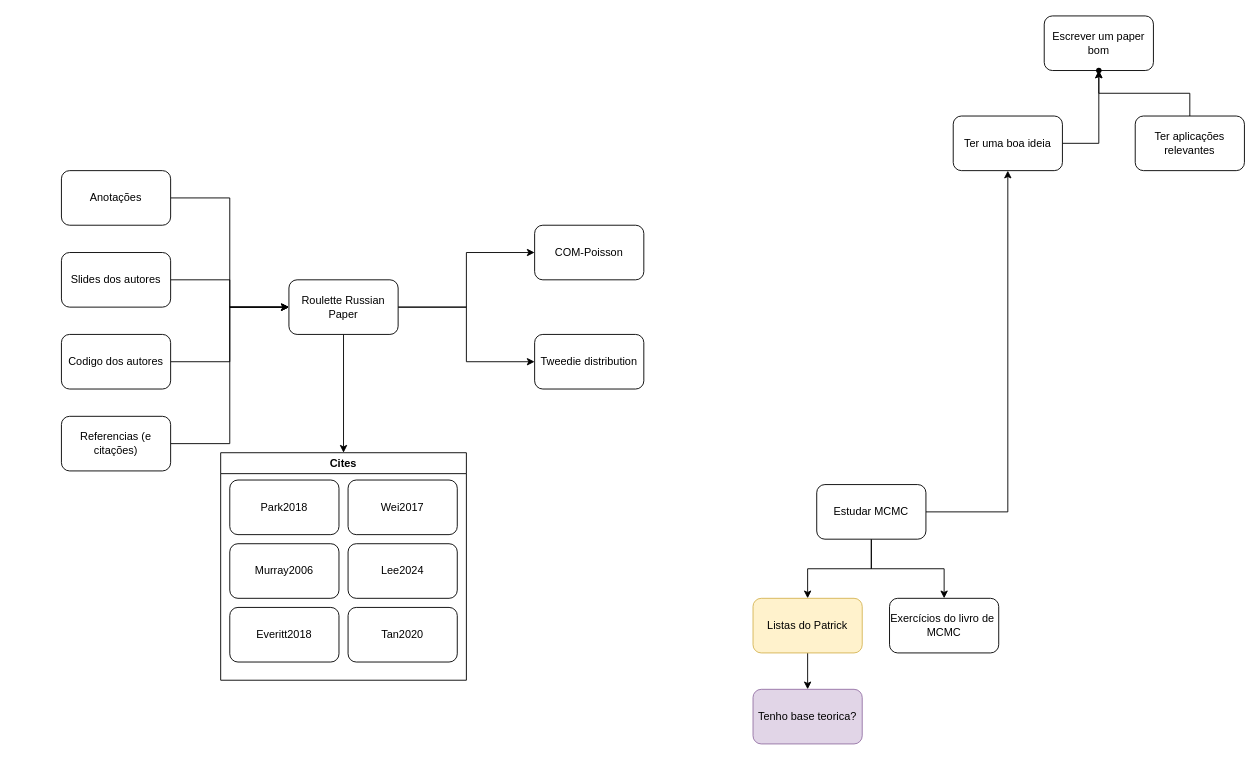
This is Untitled Diagram.drawio from wellington36/beginner, a draw.io file, before an edit. Source tidied: cells renumbered, new cells numbered last; positions are measured from the earlier drawing's top-left corner, leaving out a move shared by most shapes. Both pictures are drawn from the tidied source at 91%, with x=0, y=0 at pixel (61, 15).
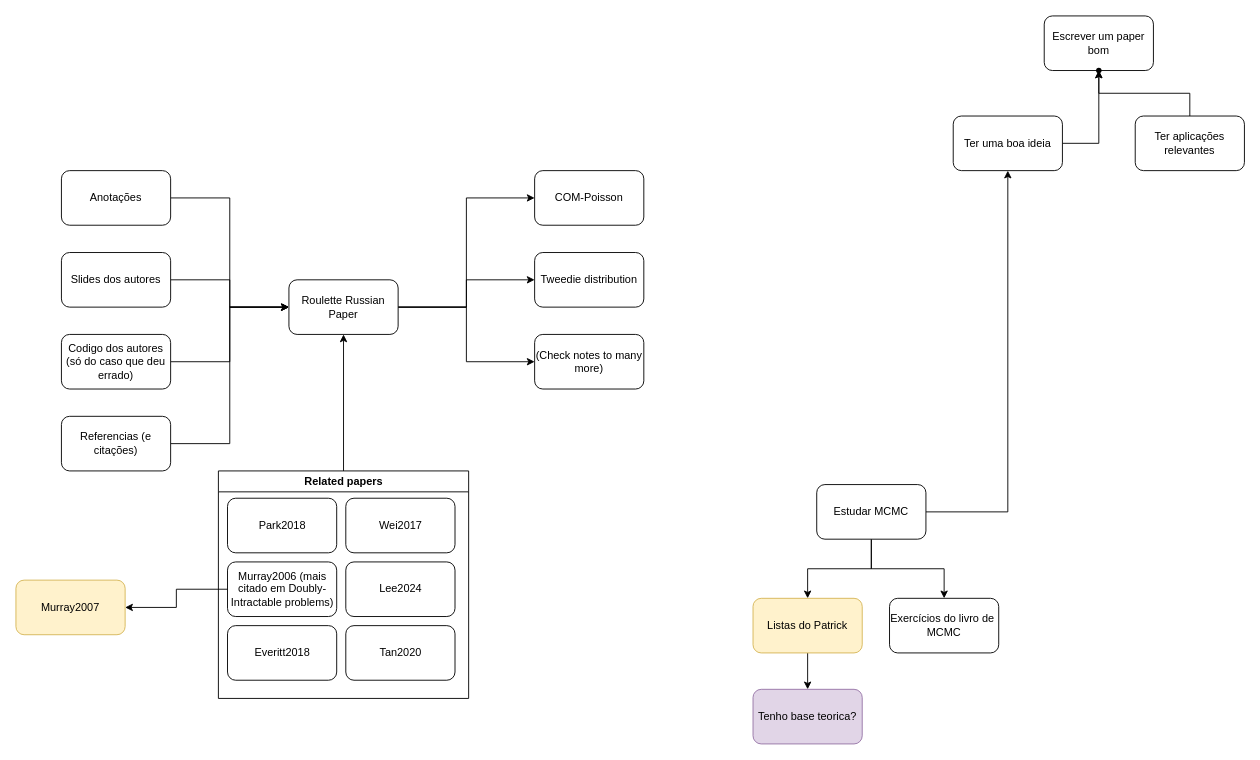
Above is the later version.

Unchanged cells that the change refers to:
```xml
<mxCell id="19" value="Roulette Russian Paper" style="rounded=1;whiteSpace=wrap;html=1;" parent="1" vertex="1">
  <mxGeometry x="250" y="290" width="120" height="60" as="geometry" />
</mxCell>
```

The edit, as a diff of the source:
```diff
@@
-    <mxCell id="18" style="edgeStyle=orthogonalEdgeStyle;rounded=0;jettySize=auto;html=1;" parent="1" edge="1" source="19" target="30">
-      <mxGeometry relative="1" as="geometry" />
-    </mxCell>
+    <mxCell id="37" style="edgeStyle=orthogonalEdgeStyle;rounded=0;jettySize=auto;html=1;entryX=0;entryY=0.5;entryDx=0;entryDy=0;" parent="1" edge="1" source="19" target="41">
+      <mxGeometry relative="1" as="geometry" />
+    </mxCell>
@@
-    <mxCell id="25" value="Codigo dos autores" style="rounded=1;whiteSpace=wrap;html=1;" parent="1" vertex="1">
+    <mxCell id="25" value="Codigo dos autores (só do caso que deu errado)" style="rounded=1;whiteSpace=wrap;html=1;" parent="1" vertex="1">
       <mxGeometry y="350" width="120" height="60" as="geometry" />
     </mxCell>
@@
     <mxCell id="28" value="COM-Poisson" style="rounded=1;whiteSpace=wrap;html=1;" parent="1" vertex="1">
-      <mxGeometry x="520" y="230" width="120" height="60" as="geometry" />
+      <mxGeometry x="520" y="170" width="120" height="60" as="geometry" />
     </mxCell>
     <mxCell id="29" value="Twee&lt;span style=&quot;background-color: transparent; color: light-dark(rgb(0, 0, 0), rgb(255, 255, 255));&quot;&gt;die distribution&lt;/span&gt;" style="rounded=1;whiteSpace=wrap;html=1;" parent="1" vertex="1">
-      <mxGeometry x="520" y="350" width="120" height="60" as="geometry" />
+      <mxGeometry x="520" y="260" width="120" height="60" as="geometry" />
     </mxCell>
+    <mxCell id="38" style="edgeStyle=orthogonalEdgeStyle;rounded=0;jettySize=auto;html=1;entryX=0.5;entryY=1;entryDx=0;entryDy=0;" parent="1" edge="1" source="30" target="19">
+      <mxGeometry relative="1" as="geometry" />
+    </mxCell>
-    <mxCell id="30" value="Cites" style="swimlane;whiteSpace=wrap;html=1;" parent="1" vertex="1">
-      <mxGeometry x="175" y="480" width="270" height="250" as="geometry" />
+    <mxCell id="30" value="Related papers" style="swimlane;whiteSpace=wrap;html=1;" parent="1" vertex="1">
+      <mxGeometry x="172.5" y="500" width="275" height="250" as="geometry" />
     </mxCell>
@@
-    <mxCell id="33" value="Murray2006" style="rounded=1;whiteSpace=wrap;html=1;" parent="30" vertex="1">
+    <mxCell id="33" value="Murray2006 (mais citado em Doubly-Intractable problems&lt;span style=&quot;background-color: transparent; color: light-dark(rgb(0, 0, 0), rgb(255, 255, 255));&quot;&gt;)&lt;/span&gt;" style="rounded=1;whiteSpace=wrap;html=1;" parent="30" vertex="1">
       <mxGeometry x="10" y="100" width="120" height="60" as="geometry" />
     </mxCell>
@@
+    <mxCell id="39" value="Murray2007" style="whiteSpace=wrap;html=1;rounded=1;fillColor=#fff2cc;strokeColor=#d6b656;" parent="1" vertex="1">
+      <mxGeometry x="-50" y="620" width="120" height="60" as="geometry" />
+    </mxCell>
+    <mxCell id="40" style="edgeStyle=orthogonalEdgeStyle;rounded=0;jettySize=auto;html=1;" parent="1" edge="1" source="33" target="39">
+      <mxGeometry relative="1" as="geometry" />
+    </mxCell>
+    <mxCell id="41" value="(Check notes to many more)" style="whiteSpace=wrap;html=1;rounded=1;" parent="1" vertex="1">
+      <mxGeometry x="520" y="350" width="120" height="60" as="geometry" />
+    </mxCell>
```
